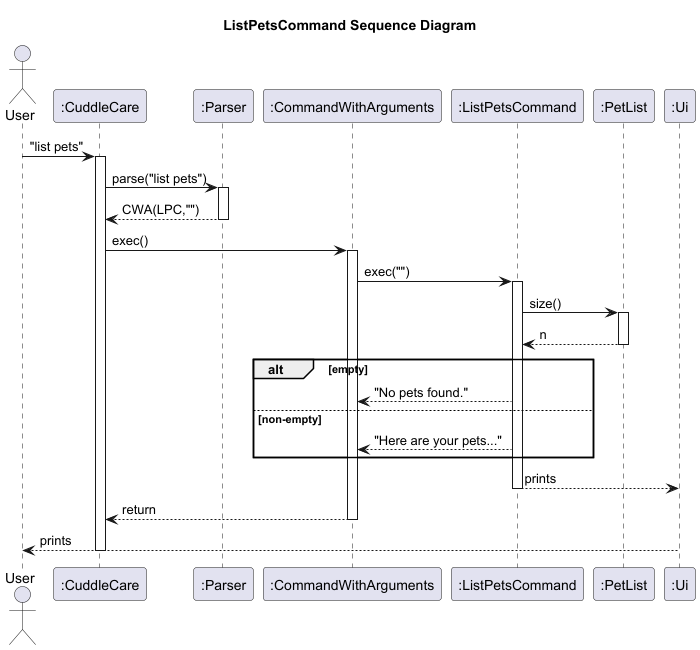
Earlier version of the PlantUML export docs/diagrams/ListPetsCommand_Sequence_Diagram.png (Kevin88866/tp).
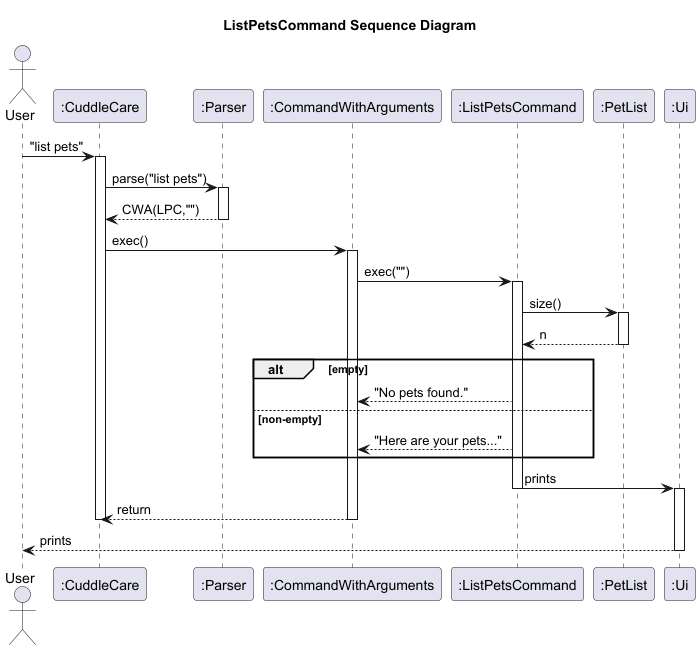
Later version of the same file.

What changed in the source:
```diff
@@ -28,10 +28,14 @@
 else non-empty
   LPC --> CWA : "Here are your pets..."
 end
-  LPC --> Ui : prints
-deactivate LPC
+  LPC -> Ui : prints
+  deactivate LPC
+  activate Ui
+
 CWA --> CuddleCare : return
 deactivate CWA
+deactivate CuddleCare
 Ui --> User : prints
-deactivate CuddleCare
+deactivate Ui
+
 @enduml
```
